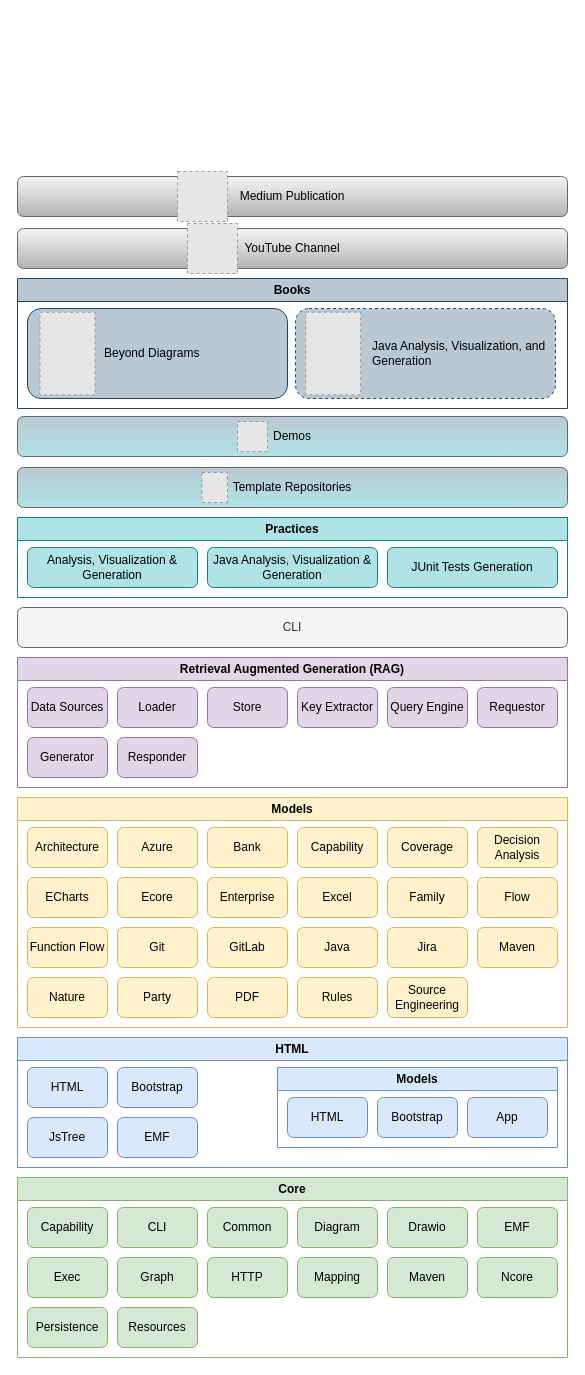
Before: model/nasdanika.drawio in Nasdanika/nasdanika.github.io, a draw.io diagram. Source tidied: cells renumbered, new cells numbered last; positions are measured from the earlier drawing's top-left corner, leaving out a move shared by most shapes. Both pictures are drawn from the tidied source at 100%, with x=0, y=0 at pixel (17, 171). Pictures stored in the file or linked from it are replaced by grey dashed boxes.
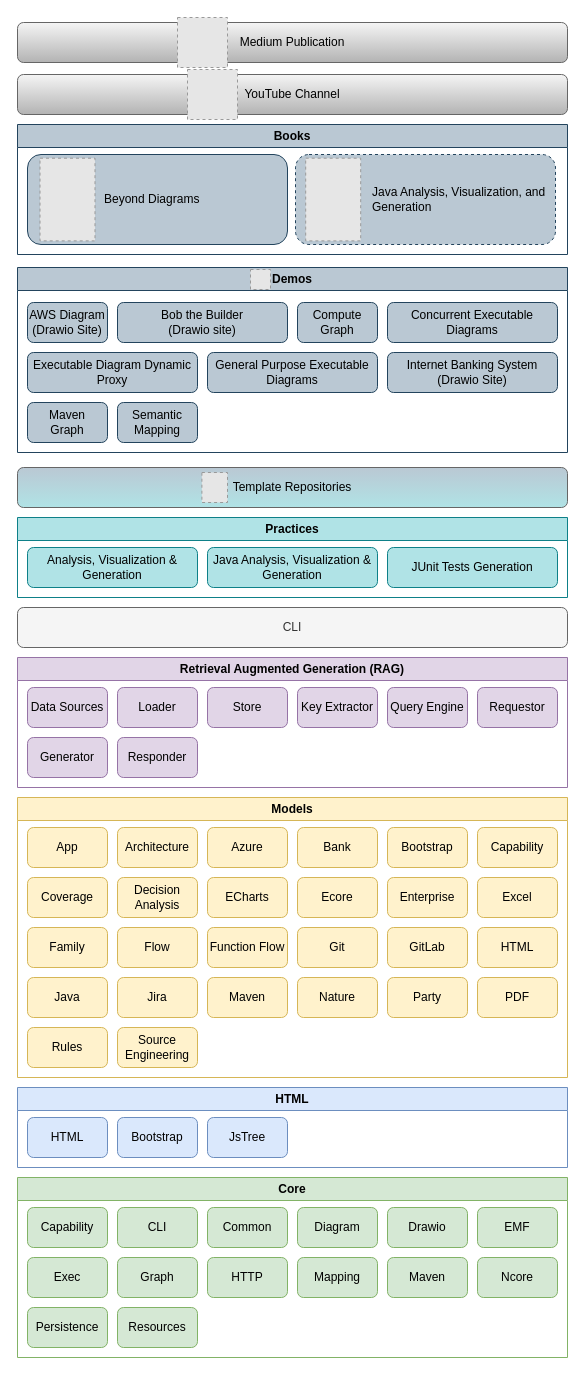
The same diagram, later.

Change to the diagram source:
```diff
@@
     <mxCell id="17" value="HTML" style="swimlane;whiteSpace=wrap;html=1;fillColor=#dae8fc;strokeColor=#6c8ebf;" parent="1" vertex="1">
-      <mxGeometry y="866" width="550" height="130" as="geometry" />
+      <mxGeometry y="916" width="550" height="80" as="geometry" />
     </mxCell>
@@
-    <mxCell id="19" value="Models" style="swimlane;whiteSpace=wrap;html=1;fillColor=#dae8fc;strokeColor=#6c8ebf;" parent="17" vertex="1">
-      <mxGeometry x="260" y="30" width="280" height="80" as="geometry" />
-    </mxCell>
-    <mxCell id="20" value="HTML" style="rounded=1;whiteSpace=wrap;html=1;fillColor=#dae8fc;strokeColor=#6c8ebf;" parent="19" vertex="1">
-      <mxGeometry x="10" y="30" width="80" height="40" as="geometry" />
-    </mxCell>
-    <mxCell id="21" value="Bootstrap" style="rounded=1;whiteSpace=wrap;html=1;fillColor=#dae8fc;strokeColor=#6c8ebf;" parent="19" vertex="1">
-      <mxGeometry x="100" y="30" width="80" height="40" as="geometry" />
-    </mxCell>
-    <mxCell id="22" value="App" style="rounded=1;whiteSpace=wrap;html=1;fillColor=#dae8fc;strokeColor=#6c8ebf;" parent="19" vertex="1">
-      <mxGeometry x="190" y="30" width="80" height="40" as="geometry" />
-    </mxCell>
     <mxCell id="23" value="JsTree" style="rounded=1;whiteSpace=wrap;html=1;fillColor=#dae8fc;strokeColor=#6c8ebf;" parent="17" vertex="1">
-      <mxGeometry x="10" y="80" width="80" height="40" as="geometry" />
+      <mxGeometry x="190" y="30" width="80" height="40" as="geometry" />
     </mxCell>
@@
-    <mxCell id="25" value="EMF" style="rounded=1;whiteSpace=wrap;html=1;fillColor=#dae8fc;strokeColor=#6c8ebf;" parent="17" vertex="1">
-      <mxGeometry x="100" y="80" width="80" height="40" as="geometry" />
-    </mxCell>
     <mxCell id="26" value="Models" style="swimlane;whiteSpace=wrap;html=1;fillColor=#fff2cc;strokeColor=#d6b656;" parent="1" vertex="1">
-      <mxGeometry y="626" width="550" height="230" as="geometry" />
+      <mxGeometry y="626" width="550" height="280" as="geometry" />
     </mxCell>
     <mxCell id="27" value="GitLab" style="rounded=1;whiteSpace=wrap;html=1;fillColor=#fff2cc;strokeColor=#d6b656;" parent="26" vertex="1">
-      <mxGeometry x="190" y="130" width="80" height="40" as="geometry" />
+      <mxGeometry x="370" y="130" width="80" height="40" as="geometry" />
     </mxCell>
-    <mxCell id="28" value="Family" style="rounded=1;whiteSpace=wrap;html=1;fillColor=#fff2cc;strokeColor=#d6b656;" parent="26" vertex="1">
-      <mxGeometry x="370" y="80" width="80" height="40" as="geometry" />
-    </mxCell>
     <mxCell id="29" value="Architecture" style="rounded=1;whiteSpace=wrap;html=1;fillColor=#fff2cc;strokeColor=#d6b656;" parent="26" vertex="1">
-      <mxGeometry x="10" y="30" width="80" height="40" as="geometry" />
+      <mxGeometry x="100" y="30" width="80" height="40" as="geometry" />
     </mxCell>
     <mxCell id="30" value="Git" style="rounded=1;whiteSpace=wrap;html=1;fillColor=#fff2cc;strokeColor=#d6b656;" parent="26" vertex="1">
-      <mxGeometry x="100" y="130" width="80" height="40" as="geometry" />
+      <mxGeometry x="280" y="130" width="80" height="40" as="geometry" />
     </mxCell>
     <mxCell id="31" value="Excel" style="rounded=1;whiteSpace=wrap;html=1;fillColor=#fff2cc;strokeColor=#d6b656;" parent="26" vertex="1">
-      <mxGeometry x="280" y="80" width="80" height="40" as="geometry" />
+      <mxGeometry x="460" y="80" width="80" height="40" as="geometry" />
     </mxCell>
     <mxCell id="32" value="ECharts" style="rounded=1;whiteSpace=wrap;html=1;fillColor=#fff2cc;strokeColor=#d6b656;" parent="26" vertex="1">
-      <mxGeometry x="10" y="80" width="80" height="40" as="geometry" />
+      <mxGeometry x="190" y="80" width="80" height="40" as="geometry" />
     </mxCell>
     <mxCell id="33" value="Nature" style="rounded=1;whiteSpace=wrap;html=1;fillColor=#fff2cc;strokeColor=#d6b656;" parent="26" vertex="1">
-      <mxGeometry x="10" y="180" width="80" height="40" as="geometry" />
+      <mxGeometry x="280" y="180" width="80" height="40" as="geometry" />
     </mxCell>
     <mxCell id="34" value="Bank" style="rounded=1;whiteSpace=wrap;html=1;fillColor=#fff2cc;strokeColor=#d6b656;" parent="26" vertex="1">
-      <mxGeometry x="190" y="30" width="80" height="40" as="geometry" />
+      <mxGeometry x="280" y="30" width="80" height="40" as="geometry" />
     </mxCell>
     <mxCell id="35" value="PDF" style="rounded=1;whiteSpace=wrap;html=1;fillColor=#fff2cc;strokeColor=#d6b656;" parent="26" vertex="1">
-      <mxGeometry x="190" y="180" width="80" height="40" as="geometry" />
+      <mxGeometry x="460" y="180" width="80" height="40" as="geometry" />
     </mxCell>
     <mxCell id="36" value="Party" style="rounded=1;whiteSpace=wrap;html=1;fillColor=#fff2cc;strokeColor=#d6b656;" parent="26" vertex="1">
-      <mxGeometry x="100" y="180" width="80" height="40" as="geometry" />
+      <mxGeometry x="370" y="180" width="80" height="40" as="geometry" />
     </mxCell>
-    <mxCell id="37" value="Coverage" style="rounded=1;whiteSpace=wrap;html=1;fillColor=#fff2cc;strokeColor=#d6b656;" parent="26" vertex="1">
-      <mxGeometry x="370" y="30" width="80" height="40" as="geometry" />
-    </mxCell>
     <mxCell id="38" value="Source&lt;div&gt;Engineering&lt;/div&gt;" style="rounded=1;whiteSpace=wrap;html=1;fillColor=#fff2cc;strokeColor=#d6b656;" parent="26" vertex="1">
-      <mxGeometry x="370" y="180" width="80" height="40" as="geometry" />
+      <mxGeometry x="100" y="230" width="80" height="40" as="geometry" />
     </mxCell>
     <mxCell id="39" value="Java" style="rounded=1;whiteSpace=wrap;html=1;fillColor=#fff2cc;strokeColor=#d6b656;" parent="26" vertex="1">
-      <mxGeometry x="280" y="130" width="80" height="40" as="geometry" />
+      <mxGeometry x="10" y="180" width="80" height="40" as="geometry" />
     </mxCell>
     <mxCell id="40" value="Maven" style="rounded=1;whiteSpace=wrap;html=1;fillColor=#fff2cc;strokeColor=#d6b656;" parent="26" vertex="1">
-      <mxGeometry x="460" y="130" width="80" height="40" as="geometry" />
+      <mxGeometry x="190" y="180" width="80" height="40" as="geometry" />
     </mxCell>
     <mxCell id="41" value="Enterprise" style="rounded=1;whiteSpace=wrap;html=1;fillColor=#fff2cc;strokeColor=#d6b656;" parent="26" vertex="1">
-      <mxGeometry x="190" y="80" width="80" height="40" as="geometry" />
+      <mxGeometry x="370" y="80" width="80" height="40" as="geometry" />
     </mxCell>
     <mxCell id="42" value="Function Flow" style="rounded=1;whiteSpace=wrap;html=1;fillColor=#fff2cc;strokeColor=#d6b656;" parent="26" vertex="1">
-      <mxGeometry x="10" y="130" width="80" height="40" as="geometry" />
+      <mxGeometry x="190" y="130" width="80" height="40" as="geometry" />
     </mxCell>
     <mxCell id="43" value="Rules" style="rounded=1;whiteSpace=wrap;html=1;fillColor=#fff2cc;strokeColor=#d6b656;" parent="26" vertex="1">
-      <mxGeometry x="280" y="180" width="80" height="40" as="geometry" />
+      <mxGeometry x="10" y="230" width="80" height="40" as="geometry" />
     </mxCell>
     <mxCell id="44" value="Azure" style="rounded=1;whiteSpace=wrap;html=1;fillColor=#fff2cc;strokeColor=#d6b656;" parent="26" vertex="1">
-      <mxGeometry x="100" y="30" width="80" height="40" as="geometry" />
+      <mxGeometry x="190" y="30" width="80" height="40" as="geometry" />
     </mxCell>
-    <mxCell id="45" value="Decision Analysis" style="rounded=1;whiteSpace=wrap;html=1;fillColor=#fff2cc;strokeColor=#d6b656;" parent="26" vertex="1">
-      <mxGeometry x="460" y="30" width="80" height="40" as="geometry" />
-    </mxCell>
-    <mxCell id="46" value="Capability" style="rounded=1;whiteSpace=wrap;html=1;fillColor=#fff2cc;strokeColor=#d6b656;" parent="26" vertex="1">
-      <mxGeometry x="280" y="30" width="80" height="40" as="geometry" />
-    </mxCell>
-    <mxCell id="47" value="Flow" style="rounded=1;whiteSpace=wrap;html=1;fillColor=#fff2cc;strokeColor=#d6b656;" parent="26" vertex="1">
-      <mxGeometry x="460" y="80" width="80" height="40" as="geometry" />
-    </mxCell>
     <mxCell id="48" value="Ecore" style="rounded=1;whiteSpace=wrap;html=1;fillColor=#fff2cc;strokeColor=#d6b656;" parent="26" vertex="1">
-      <mxGeometry x="100" y="80" width="80" height="40" as="geometry" />
+      <mxGeometry x="280" y="80" width="80" height="40" as="geometry" />
     </mxCell>
     <mxCell id="49" value="Jira" style="rounded=1;whiteSpace=wrap;html=1;fillColor=#fff2cc;strokeColor=#d6b656;" parent="26" vertex="1">
-      <mxGeometry x="370" y="130" width="80" height="40" as="geometry" />
+      <mxGeometry x="100" y="180" width="80" height="40" as="geometry" />
     </mxCell>
+    <mxCell id="21" value="Bootstrap" style="rounded=1;whiteSpace=wrap;html=1;fillColor=#fff2cc;strokeColor=#d6b656;" parent="26" vertex="1">
+      <mxGeometry x="370" y="30" width="80" height="40" as="geometry" />
+    </mxCell>
+    <mxCell id="22" value="App" style="rounded=1;whiteSpace=wrap;html=1;fillColor=#fff2cc;strokeColor=#d6b656;" parent="26" vertex="1">
+      <mxGeometry x="10" y="30" width="80" height="40" as="geometry" />
+    </mxCell>
+    <mxCell id="46" value="Capability" style="rounded=1;whiteSpace=wrap;html=1;fillColor=#fff2cc;strokeColor=#d6b656;" parent="26" vertex="1">
+      <mxGeometry x="460" y="30" width="80" height="40" as="geometry" />
+    </mxCell>
+    <mxCell id="37" value="Coverage" style="rounded=1;whiteSpace=wrap;html=1;fillColor=#fff2cc;strokeColor=#d6b656;" parent="26" vertex="1">
+      <mxGeometry x="10" y="80" width="80" height="40" as="geometry" />
+    </mxCell>
+    <mxCell id="45" value="Decision Analysis" style="rounded=1;whiteSpace=wrap;html=1;fillColor=#fff2cc;strokeColor=#d6b656;" parent="26" vertex="1">
+      <mxGeometry x="100" y="80" width="80" height="40" as="geometry" />
+    </mxCell>
+    <mxCell id="28" value="Family" style="rounded=1;whiteSpace=wrap;html=1;fillColor=#fff2cc;strokeColor=#d6b656;" parent="26" vertex="1">
+      <mxGeometry x="10" y="130" width="80" height="40" as="geometry" />
+    </mxCell>
+    <mxCell id="47" value="Flow" style="rounded=1;whiteSpace=wrap;html=1;fillColor=#fff2cc;strokeColor=#d6b656;" parent="26" vertex="1">
+      <mxGeometry x="100" y="130" width="80" height="40" as="geometry" />
+    </mxCell>
+    <mxCell id="20" value="HTML" style="rounded=1;whiteSpace=wrap;html=1;fillColor=#fff2cc;strokeColor=#d6b656;" parent="26" vertex="1">
+      <mxGeometry x="460" y="130" width="80" height="40" as="geometry" />
+    </mxCell>
@@
     <mxCell id="63" value="Books" style="swimlane;whiteSpace=wrap;html=1;fillColor=#bac8d3;strokeColor=#23445d;" parent="1" vertex="1">
-      <mxGeometry y="107" width="550" height="130" as="geometry" />
+      <mxGeometry y="-47" width="550" height="130" as="geometry" />
     </mxCell>
@@
     <mxCell id="69" value="YouTube Channel" style="rounded=1;whiteSpace=wrap;html=1;fillColor=#f5f5f5;strokeColor=#666666;gradientColor=#b3b3b3;" parent="1" vertex="1">
-      <mxGeometry y="57" width="550" height="40" as="geometry" />
+      <mxGeometry y="-97" width="550" height="40" as="geometry" />
     </mxCell>
-    <mxCell id="70" value="Demos" style="rounded=1;whiteSpace=wrap;html=1;fillColor=#b0e3e6;strokeColor=#666666;gradientColor=#bac8d3;gradientDirection=north;" parent="1" vertex="1">
-      <mxGeometry y="245" width="550" height="40" as="geometry" />
-    </mxCell>
-    <mxCell id="71" style="fillColor=#E6E6E6;strokeColor=#999999;dashed=1;verticalLabelPosition=bottom;labelBackgroundColor=default;verticalAlign=top;" parent="1" vertex="1">
-      <mxGeometry x="220" y="250" width="30" height="30" as="geometry" />
-    </mxCell>
     <mxCell id="72" value="Medium Publication" style="rounded=1;whiteSpace=wrap;html=1;fillColor=#f5f5f5;strokeColor=#666666;gradientColor=#b3b3b3;" parent="1" vertex="1">
-      <mxGeometry y="5" width="550" height="40" as="geometry" />
+      <mxGeometry y="-149" width="550" height="40" as="geometry" />
     </mxCell>
     <mxCell id="73" style="fillColor=#E6E6E6;strokeColor=#999999;dashed=1;verticalLabelPosition=bottom;labelBackgroundColor=default;verticalAlign=top;" parent="1" vertex="1">
-      <mxGeometry x="160" width="50" height="50" as="geometry" />
+      <mxGeometry x="160" y="-154" width="50" height="50" as="geometry" />
     </mxCell>
     <mxCell id="74" style="fillColor=#E6E6E6;strokeColor=#999999;dashed=1;verticalLabelPosition=bottom;labelBackgroundColor=default;verticalAlign=top;" parent="1" vertex="1">
-      <mxGeometry x="170" y="52" width="50" height="50" as="geometry" />
+      <mxGeometry x="170" y="-102" width="50" height="50" as="geometry" />
     </mxCell>
@@
+    <mxCell id="70" value="Demos" style="swimlane;whiteSpace=wrap;html=1;fillColor=#bac8d3;strokeColor=#23445d;" parent="1" vertex="1">
+      <mxGeometry y="96" width="550" height="185" as="geometry" />
+    </mxCell>
+    <mxCell id="71" style="fillColor=#E6E6E6;strokeColor=#999999;dashed=1;verticalLabelPosition=bottom;labelBackgroundColor=default;verticalAlign=top;" parent="70" vertex="1">
+      <mxGeometry x="233" y="2" width="20" height="20" as="geometry" />
+    </mxCell>
+    <mxCell id="77" value="AWS Diagram&lt;div&gt;(Drawio Site)&lt;/div&gt;" style="rounded=1;whiteSpace=wrap;html=1;fillColor=#bac8d3;strokeColor=#23445d;" parent="70" vertex="1">
+      <mxGeometry x="10" y="35" width="80" height="40" as="geometry" />
+    </mxCell>
+    <mxCell id="78" value="Bob the Builder&lt;div&gt;(Drawio site)&lt;/div&gt;" style="rounded=1;whiteSpace=wrap;html=1;fillColor=#bac8d3;strokeColor=#23445d;" parent="70" vertex="1">
+      <mxGeometry x="100" y="35" width="170" height="40" as="geometry" />
+    </mxCell>
+    <mxCell id="79" value="Compute&lt;div&gt;Graph&lt;/div&gt;" style="rounded=1;whiteSpace=wrap;html=1;fillColor=#bac8d3;strokeColor=#23445d;" parent="70" vertex="1">
+      <mxGeometry x="280" y="35" width="80" height="40" as="geometry" />
+    </mxCell>
+    <mxCell id="80" value="Concurrent Executable Diagrams" style="rounded=1;whiteSpace=wrap;html=1;fillColor=#bac8d3;strokeColor=#23445d;" parent="70" vertex="1">
+      <mxGeometry x="370" y="35" width="170" height="40" as="geometry" />
+    </mxCell>
+    <mxCell id="81" value="Executable Diagram Dynamic Proxy" style="rounded=1;whiteSpace=wrap;html=1;fillColor=#bac8d3;strokeColor=#23445d;" parent="70" vertex="1">
+      <mxGeometry x="10" y="85" width="170" height="40" as="geometry" />
+    </mxCell>
+    <mxCell id="82" value="General Purpose Executable Diagrams" style="rounded=1;whiteSpace=wrap;html=1;fillColor=#bac8d3;strokeColor=#23445d;" parent="70" vertex="1">
+      <mxGeometry x="190" y="85" width="170" height="40" as="geometry" />
+    </mxCell>
+    <mxCell id="83" value="Internet Banking System&lt;div&gt;(Drawio Site)&lt;/div&gt;" style="rounded=1;whiteSpace=wrap;html=1;fillColor=#bac8d3;strokeColor=#23445d;" parent="70" vertex="1">
+      <mxGeometry x="370" y="85" width="170" height="40" as="geometry" />
+    </mxCell>
+    <mxCell id="84" value="Maven&lt;div&gt;Graph&lt;/div&gt;" style="rounded=1;whiteSpace=wrap;html=1;fillColor=#bac8d3;strokeColor=#23445d;" parent="70" vertex="1">
+      <mxGeometry x="10" y="135" width="80" height="40" as="geometry" />
+    </mxCell>
+    <mxCell id="85" value="Semantic&lt;div&gt;Mapping&lt;/div&gt;" style="rounded=1;whiteSpace=wrap;html=1;fillColor=#bac8d3;strokeColor=#23445d;" parent="70" vertex="1">
+      <mxGeometry x="100" y="135" width="80" height="40" as="geometry" />
+    </mxCell>
```
